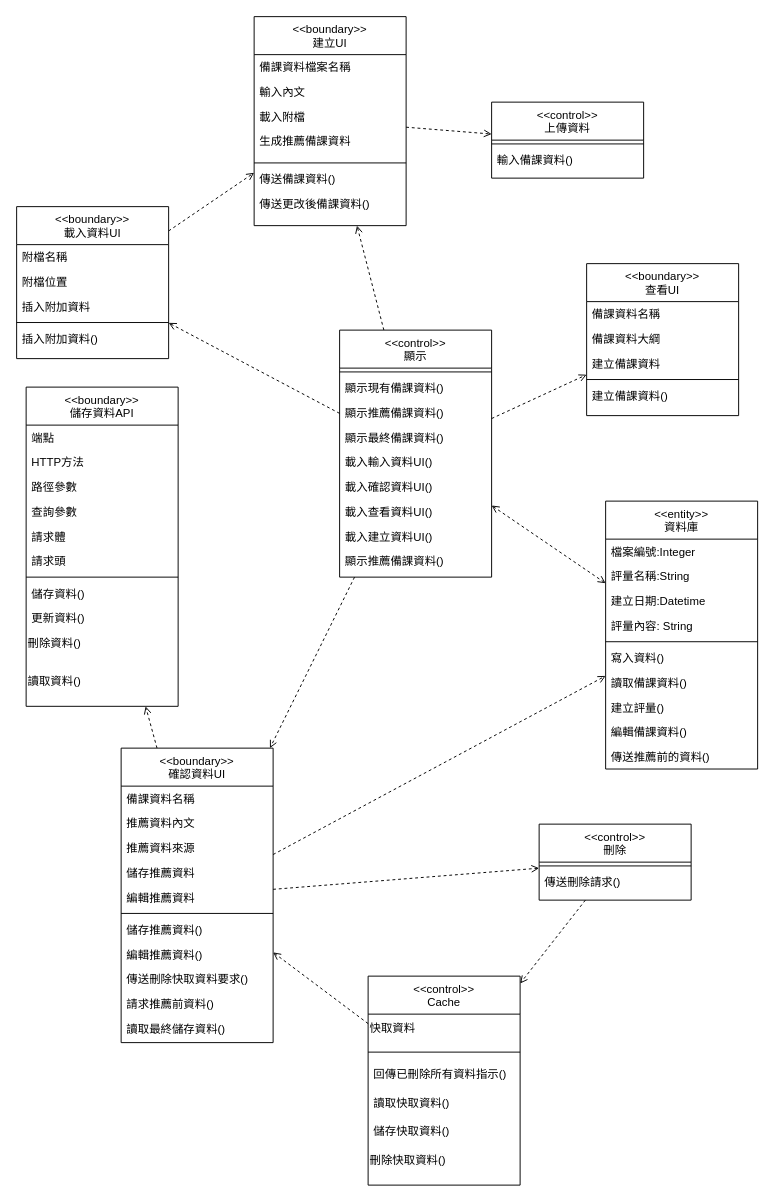
Earlier version of the draw.io diagram 類別圖(建立備課資料)修改.drawio (Kevincheng0804/System-analysis). Source tidied: cells renumbered, new cells numbered last; positions are measured from the earlier drawing's top-left corner, leaving out a move shared by most shapes. Both pictures are drawn from the tidied source at 95%, with x=0, y=0 at pixel (16, 16).
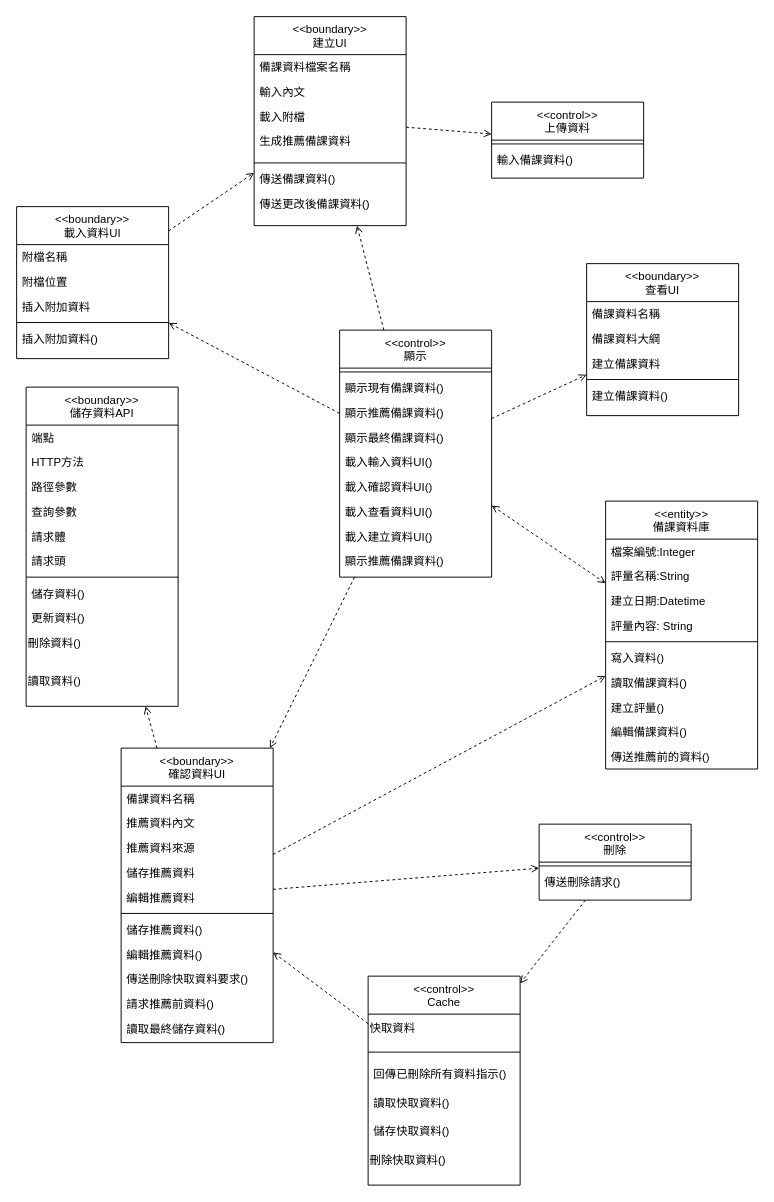
After the change.

What changed in the source:
```diff
@@
-    <mxCell id="81" value="&lt;&lt;entity&gt;&gt;&#10;資料庫" style="swimlane;fontStyle=0;align=center;verticalAlign=top;horizontal=1;startSize=40;rounded=0;shadow=0;strokeWidth=1;" parent="1" vertex="1">
+    <mxCell id="81" value="&lt;&lt;entity&gt;&gt;&#10;備課資料庫" style="swimlane;fontStyle=0;align=center;verticalAlign=top;horizontal=1;startSize=40;rounded=0;shadow=0;strokeWidth=1;" parent="1" vertex="1">
       <mxGeometry x="620" y="510" width="160" height="282" as="geometry" />
     </mxCell>
```
